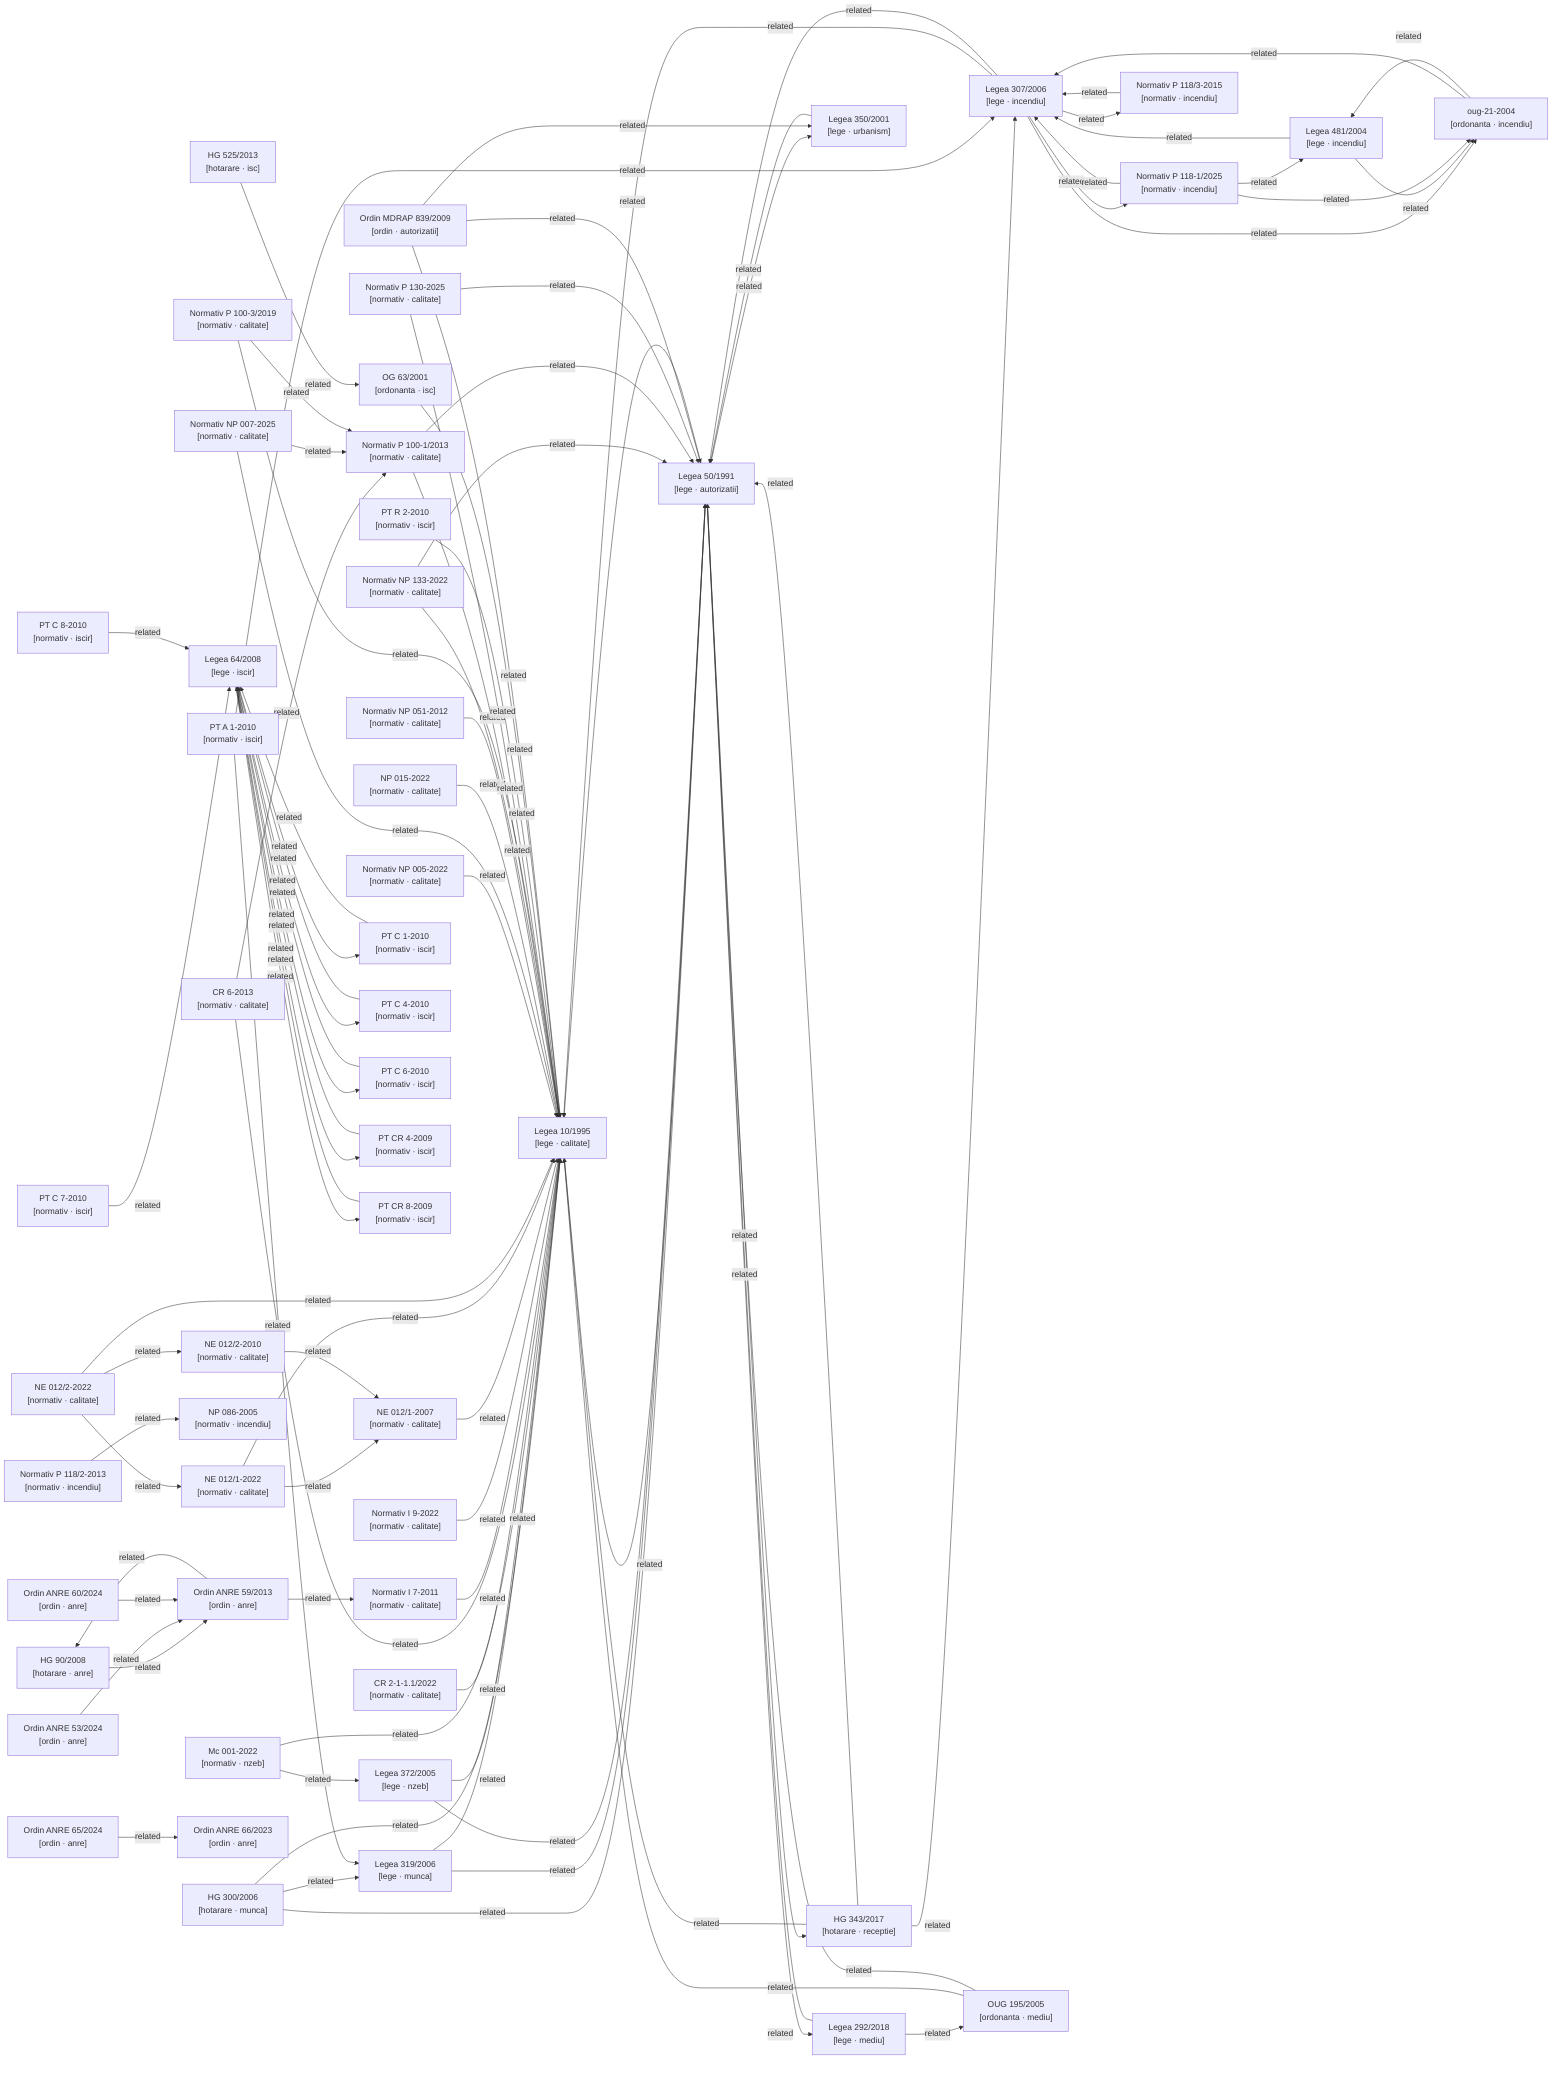
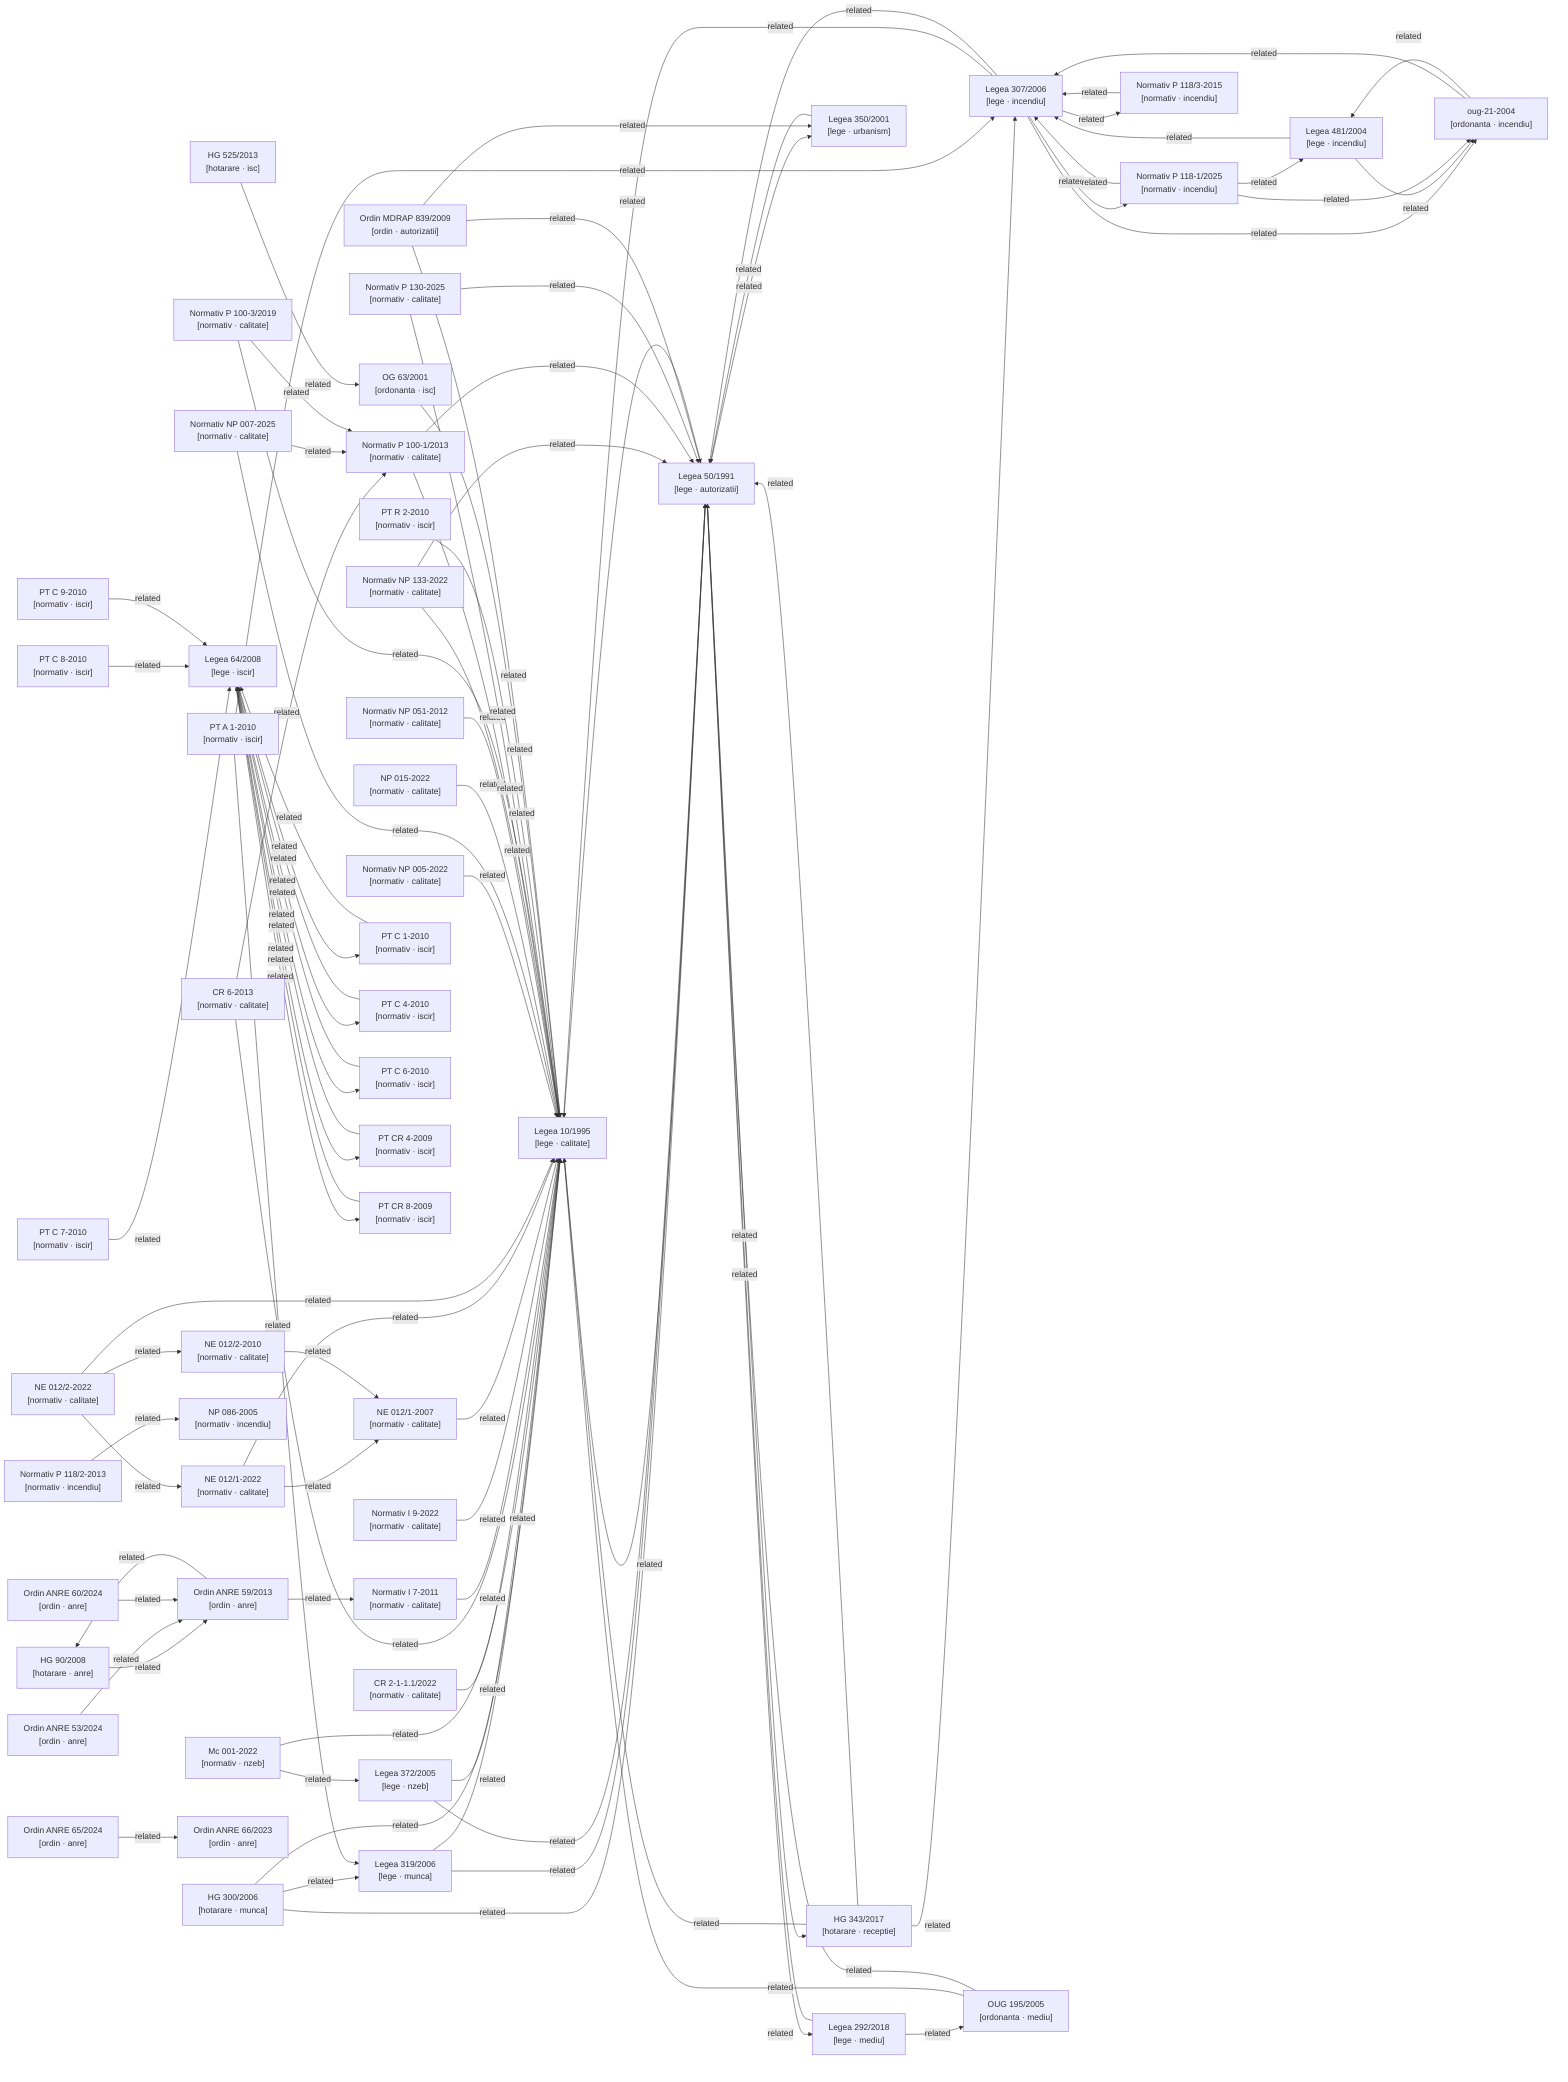
graph LR

  %% Nodes
  hg-300-2006["HG 300/2006\n[hotarare · munca]"]
  hg-343-2017["HG 343/2017\n[hotarare · receptie]"]
  hg-525-2013["HG 525/2013\n[hotarare · isc]"]
  hg-90-2008["HG 90/2008\n[hotarare · anre]"]
  lege-10-1995["Legea 10/1995\n[lege · calitate]"]
  lege-292-2018["Legea 292/2018\n[lege · mediu]"]
  lege-307-2006["Legea 307/2006\n[lege · incendiu]"]
  lege-319-2006["Legea 319/2006\n[lege · munca]"]
  lege-350-2001["Legea 350/2001\n[lege · urbanism]"]
  lege-372-2005["Legea 372/2005\n[lege · nzeb]"]
  lege-481-2004["Legea 481/2004\n[lege · incendiu]"]
  lege-50-1991["Legea 50/1991\n[lege · autorizatii]"]
  lege-64-2008["Legea 64/2008\n[lege · iscir]"]
  metodologie-mc001-2022["Mc 001-2022\n[normativ · nzeb]"]
  normativ-cr2-1-1-1-2022["CR 2-1-1.1/2022\n[normativ · calitate]"]
  normativ-cr6-2013["CR 6-2013\n[normativ · calitate]"]
  normativ-i7-2011["Normativ I 7-2011\n[normativ · calitate]"]
  normativ-i9-2022["Normativ I 9-2022\n[normativ · calitate]"]
  normativ-ne012-1-2007["NE 012/1-2007\n[normativ · calitate]"]
  normativ-ne012-1-2022["NE 012/1-2022\n[normativ · calitate]"]
  normativ-ne012-2-2010["NE 012/2-2010\n[normativ · calitate]"]
  normativ-ne012-2-2022["NE 012/2-2022\n[normativ · calitate]"]
  normativ-np005-2022["Normativ NP 005-2022\n[normativ · calitate]"]
  normativ-np007-2025["Normativ NP 007-2025\n[normativ · calitate]"]
  normativ-np015-2022["NP 015-2022\n[normativ · calitate]"]
  normativ-np051-2012["Normativ NP 051-2012\n[normativ · calitate]"]
  normativ-np086-2005["NP 086-2005\n[normativ · incendiu]"]
  normativ-np133-2022["Normativ NP 133-2022\n[normativ · calitate]"]
  normativ-p100-1-2013["Normativ P 100-1/2013\n[normativ · calitate]"]
  normativ-p100-3-2019["Normativ P 100-3/2019\n[normativ · calitate]"]
  normativ-p118-1-2025["Normativ P 118-1/2025\n[normativ · incendiu]"]
  normativ-p118-2-2013["Normativ P 118/2-2013\n[normativ · incendiu]"]
  normativ-p118-3-2015["Normativ P 118/3-2015\n[normativ · incendiu]"]
  normativ-p130-2025["Normativ P 130-2025\n[normativ · calitate]"]
  normativ-pt-a1-2010["PT A 1-2010\n[normativ · iscir]"]
  normativ-pt-c1-2010["PT C 1-2010\n[normativ · iscir]"]
  normativ-pt-c4-2010["PT C 4-2010\n[normativ · iscir]"]
  normativ-pt-c6-2010["PT C 6-2010\n[normativ · iscir]"]
  normativ-pt-c7-2010["PT C 7-2010\n[normativ · iscir]"]
  normativ-pt-c8-2010["PT C 8-2010\n[normativ · iscir]"]
+   normativ-pt-c9-2010["PT C 9-2010\n[normativ · iscir]"]
  normativ-pt-cr4-2009["PT CR 4-2009\n[normativ · iscir]"]
  normativ-pt-cr8-2009["PT CR 8-2009\n[normativ · iscir]"]
  normativ-pt-r2-2010["PT R 2-2010\n[normativ · iscir]"]
  og-63-2001["OG 63/2001\n[ordonanta · isc]"]
  ordin-839-2009["Ordin MDRAP 839/2009\n[ordin · autorizatii]"]
  ordin-anre-53-2024["Ordin ANRE 53/2024\n[ordin · anre]"]
  ordin-anre-59-2013["Ordin ANRE 59/2013\n[ordin · anre]"]
  ordin-anre-60-2024["Ordin ANRE 60/2024\n[ordin · anre]"]
  ordin-anre-65-2024["Ordin ANRE 65/2024\n[ordin · anre]"]
  ordin-anre-66-2023["Ordin ANRE 66/2023\n[ordin · anre]"]
  oug-195-2005["OUG 195/2005\n[ordonanta · mediu]"]
  oug-21-2004["oug-21-2004\n[ordonanta · incendiu]"]

  %% Confirmed relationships (from metadata related_acts)
  hg-300-2006 -->|related| lege-10-1995
  hg-300-2006 -->|related| lege-319-2006
  hg-300-2006 -->|related| lege-50-1991
  hg-343-2017 -->|related| lege-10-1995
  hg-343-2017 -->|related| lege-307-2006
  hg-343-2017 -->|related| lege-50-1991
  hg-525-2013 -->|related| og-63-2001
  hg-90-2008 -->|related| ordin-anre-59-2013
  lege-10-1995 -->|related| lege-50-1991
  lege-292-2018 -->|related| lege-50-1991
  lege-292-2018 -->|related| oug-195-2005
  lege-307-2006 -->|related| lege-10-1995
  lege-307-2006 -->|related| lege-50-1991
  lege-307-2006 -->|related| normativ-p118-1-2025
  lege-307-2006 -->|related| normativ-p118-3-2015
  lege-307-2006 -->|related| oug-21-2004
  lege-319-2006 -->|related| lege-10-1995
  lege-319-2006 -->|related| lege-50-1991
  lege-350-2001 -->|related| lege-50-1991
  lege-372-2005 -->|related| lege-10-1995
  lege-372-2005 -->|related| lege-50-1991
  lege-481-2004 -->|related| lege-307-2006
  lege-481-2004 -->|related| oug-21-2004
  lege-50-1991 -->|related| hg-343-2017
  lege-50-1991 -->|related| lege-10-1995
  lege-50-1991 -->|related| lege-292-2018
  lege-50-1991 -->|related| lege-350-2001
  lege-64-2008 -->|related| normativ-pt-c1-2010
  lege-64-2008 -->|related| normativ-pt-c4-2010
  lege-64-2008 -->|related| normativ-pt-c6-2010
  lege-64-2008 -->|related| normativ-pt-cr4-2009
  lege-64-2008 -->|related| normativ-pt-cr8-2009
  metodologie-mc001-2022 -->|related| lege-10-1995
  metodologie-mc001-2022 -->|related| lege-372-2005
  normativ-cr2-1-1-1-2022 -->|related| lege-10-1995
  normativ-cr6-2013 -->|related| lege-10-1995
  normativ-cr6-2013 -->|related| normativ-p100-1-2013
  normativ-i7-2011 -->|related| lege-10-1995
  normativ-i9-2022 -->|related| lege-10-1995
  normativ-ne012-1-2007 -->|related| lege-10-1995
  normativ-ne012-1-2022 -->|related| lege-10-1995
  normativ-ne012-1-2022 -->|related| normativ-ne012-1-2007
  normativ-ne012-2-2010 -->|related| normativ-ne012-1-2007
  normativ-ne012-2-2022 -->|related| lege-10-1995
  normativ-ne012-2-2022 -->|related| normativ-ne012-1-2022
  normativ-ne012-2-2022 -->|related| normativ-ne012-2-2010
  normativ-np005-2022 -->|related| lege-10-1995
  normativ-np007-2025 -->|related| lege-10-1995
  normativ-np007-2025 -->|related| normativ-p100-1-2013
  normativ-np015-2022 -->|related| lege-10-1995
  normativ-np051-2012 -->|related| lege-10-1995
  normativ-np133-2022 -->|related| lege-10-1995
  normativ-np133-2022 -->|related| lege-50-1991
  normativ-p100-1-2013 -->|related| lege-10-1995
  normativ-p100-1-2013 -->|related| lege-50-1991
  normativ-p100-3-2019 -->|related| lege-10-1995
  normativ-p100-3-2019 -->|related| normativ-p100-1-2013
  normativ-p118-1-2025 -->|related| lege-307-2006
  normativ-p118-1-2025 -->|related| lege-481-2004
  normativ-p118-1-2025 -->|related| oug-21-2004
  normativ-p118-2-2013 -->|related| normativ-np086-2005
  normativ-p118-3-2015 -->|related| lege-307-2006
  normativ-p130-2025 -->|related| lege-10-1995
  normativ-p130-2025 -->|related| lege-50-1991
  normativ-pt-a1-2010 -->|related| lege-307-2006
  normativ-pt-a1-2010 -->|related| lege-319-2006
  normativ-pt-c1-2010 -->|related| lege-64-2008
  normativ-pt-c4-2010 -->|related| lege-64-2008
  normativ-pt-c6-2010 -->|related| lege-64-2008
  normativ-pt-c7-2010 -->|related| lege-64-2008
  normativ-pt-c8-2010 -->|related| lege-64-2008
+   normativ-pt-c9-2010 -->|related| lege-64-2008
  normativ-pt-cr4-2009 -->|related| lege-64-2008
  normativ-pt-cr8-2009 -->|related| lege-64-2008
  normativ-pt-r2-2010 -->|related| lege-10-1995
  og-63-2001 -->|related| lege-10-1995
  ordin-839-2009 -->|related| lege-10-1995
  ordin-839-2009 -->|related| lege-350-2001
  ordin-839-2009 -->|related| lege-50-1991
  ordin-anre-53-2024 -->|related| ordin-anre-59-2013
  ordin-anre-59-2013 -->|related| hg-90-2008
  ordin-anre-59-2013 -->|related| normativ-i7-2011
  ordin-anre-60-2024 -->|related| ordin-anre-59-2013
  ordin-anre-65-2024 -->|related| ordin-anre-66-2023
  oug-195-2005 -->|related| lege-10-1995
  oug-195-2005 -->|related| lege-50-1991
  oug-21-2004 -->|related| lege-307-2006
  oug-21-2004 -->|related| lege-481-2004

  %% Auto-detected relationships (needs_review)
